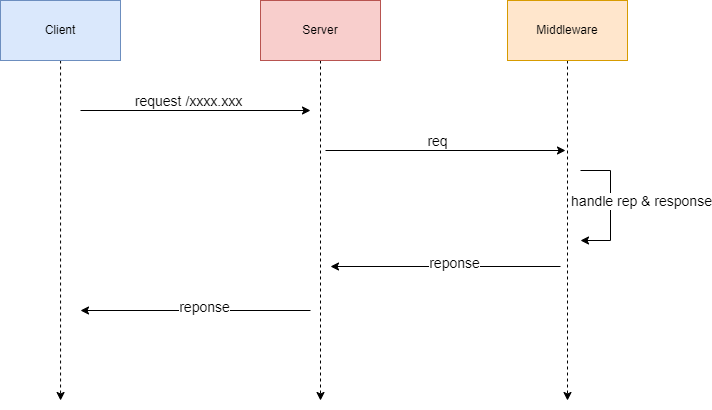
The draw.io diagram assets/vue-dev-serve.drawio.png in hua-bang/frontend-guidebook, before a commit. Source tidied: cells renumbered, new cells last; positions are measured from the earlier drawing's top-left corner, leaving out a move shared by most shapes.
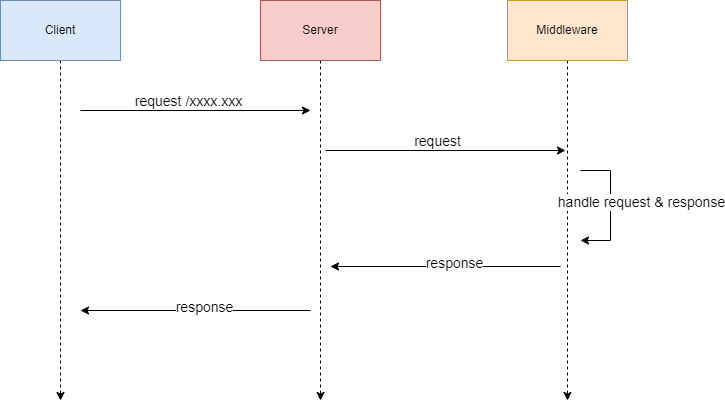
Above is the later version.

What changed in the source:
```diff
@@ -2,91 +2,91 @@
   <root>
     <mxCell id="0" />
     <mxCell id="1" parent="0" />
-    <mxCell id="2" style="edgeStyle=orthogonalEdgeStyle;rounded=0;jettySize=auto;html=1;dashed=1;" parent="1" edge="1" source="3">
-      <mxGeometry relative="1" as="geometry">
-        <mxPoint x="60" y="400" as="targetPoint" />
-        <Array as="points">
-          <mxPoint x="60" y="400" />
-        </Array>
-      </mxGeometry>
-    </mxCell>
+    <mxCell id="18" style="edgeStyle=orthogonalEdgeStyle;rounded=0;jettySize=auto;html=1;dashed=1;" parent="1" edge="1" source="3">
+      <mxGeometry relative="1" as="geometry">
+        <mxPoint x="60" y="400" as="targetPoint" />
+        <Array as="points">
+          <mxPoint x="60" y="400" />
+        </Array>
+      </mxGeometry>
+    </mxCell>
     <mxCell id="3" value="Client" style="rounded=0;whiteSpace=wrap;html=1;fillColor=#dae8fc;strokeColor=#6c8ebf;" parent="1" vertex="1">
       <mxGeometry width="120" height="60" as="geometry" />
     </mxCell>
-    <mxCell id="4" style="edgeStyle=orthogonalEdgeStyle;rounded=0;jettySize=auto;html=1;dashed=1;" parent="1" edge="1" source="5">
-      <mxGeometry relative="1" as="geometry">
-        <mxPoint x="320" y="400" as="targetPoint" />
-      </mxGeometry>
-    </mxCell>
+    <mxCell id="19" style="edgeStyle=orthogonalEdgeStyle;rounded=0;jettySize=auto;html=1;dashed=1;" parent="1" edge="1" source="5">
+      <mxGeometry relative="1" as="geometry">
+        <mxPoint x="320" y="400" as="targetPoint" />
+      </mxGeometry>
+    </mxCell>
     <mxCell id="5" value="Server" style="rounded=0;whiteSpace=wrap;html=1;fillColor=#f8cecc;strokeColor=#b85450;" parent="1" vertex="1">
       <mxGeometry x="260" width="120" height="60" as="geometry" />
     </mxCell>
-    <mxCell id="6" style="endArrow=classic;html=1;rounded=0;" parent="1" edge="1">
-      <mxGeometry relative="1" as="geometry">
-        <mxPoint x="80" y="110" as="sourcePoint" />
-        <mxPoint x="310" y="110" as="targetPoint" />
-      </mxGeometry>
-    </mxCell>
+    <mxCell id="20" style="endArrow=classic;html=1;rounded=0;" parent="1" edge="1">
+      <mxGeometry relative="1" as="geometry">
+        <mxPoint x="80" y="110" as="sourcePoint" />
+        <mxPoint x="310" y="110" as="targetPoint" />
+      </mxGeometry>
+    </mxCell>
-    <mxCell id="7" value="&lt;font style=&quot;font-size: 14px&quot;&gt;request /xxxx.xxx&lt;/font&gt;" style="edgeLabel;html=1;align=center;verticalAlign=middle;" parent="6" vertex="1">
+    <mxCell id="7" value="&lt;font style=&quot;font-size: 14px&quot;&gt;request /xxxx.xxx&lt;/font&gt;" style="edgeLabel;html=1;align=center;verticalAlign=middle;" parent="20" vertex="1">
       <mxGeometry x="-0.07" y="3" relative="1" as="geometry">
         <mxPoint y="-7" as="offset" />
       </mxGeometry>
     </mxCell>
-    <mxCell id="8" style="edgeStyle=orthogonalEdgeStyle;rounded=0;jettySize=auto;html=1;dashed=1;" parent="1" edge="1" source="9">
-      <mxGeometry relative="1" as="geometry">
-        <mxPoint x="567" y="400" as="targetPoint" />
-      </mxGeometry>
-    </mxCell>
+    <mxCell id="21" style="edgeStyle=orthogonalEdgeStyle;rounded=0;jettySize=auto;html=1;dashed=1;" parent="1" edge="1" source="9">
+      <mxGeometry relative="1" as="geometry">
+        <mxPoint x="567" y="400" as="targetPoint" />
+      </mxGeometry>
+    </mxCell>
     <mxCell id="9" value="Middleware" style="rounded=0;whiteSpace=wrap;html=1;fillColor=#ffe6cc;strokeColor=#d79b00;" parent="1" vertex="1">
       <mxGeometry x="507" width="120" height="60" as="geometry" />
     </mxCell>
-    <mxCell id="10" style="endArrow=classic;html=1;rounded=0;" parent="1" edge="1">
-      <mxGeometry relative="1" as="geometry">
-        <mxPoint x="325" y="150" as="sourcePoint" />
-        <mxPoint x="565" y="150" as="targetPoint" />
-      </mxGeometry>
-    </mxCell>
-    <mxCell id="11" value="&lt;font style=&quot;font-size: 14px&quot;&gt;req&lt;/font&gt;" style="edgeLabel;html=1;align=center;verticalAlign=middle;" parent="10" vertex="1">
-      <mxGeometry x="-0.07" y="3" relative="1" as="geometry">
-        <mxPoint y="-7" as="offset" />
-      </mxGeometry>
-    </mxCell>
-    <mxCell id="12" style="endArrow=classic;html=1;rounded=0;" parent="1" edge="1">
-      <mxGeometry relative="1" as="geometry">
-        <mxPoint x="560" y="266" as="sourcePoint" />
-        <mxPoint x="330" y="266" as="targetPoint" />
-      </mxGeometry>
-    </mxCell>
-    <mxCell id="13" value="&lt;font style=&quot;font-size: 14px&quot;&gt;reponse&lt;/font&gt;" style="edgeLabel;html=1;align=center;verticalAlign=middle;" parent="12" vertex="1">
-      <mxGeometry x="-0.07" y="3" relative="1" as="geometry">
-        <mxPoint y="-7" as="offset" />
-      </mxGeometry>
-    </mxCell>
-    <mxCell id="14" style="endArrow=classic;html=1;rounded=0;fontSize=14;endFill=1;" parent="1" edge="1">
-      <mxGeometry relative="1" as="geometry">
-        <mxPoint x="580" y="170" as="sourcePoint" />
-        <mxPoint x="580" y="240" as="targetPoint" />
-        <Array as="points">
-          <mxPoint x="610" y="170" />
-          <mxPoint x="610" y="240" />
-        </Array>
-      </mxGeometry>
-    </mxCell>
-    <mxCell id="15" value="handle rep &amp;amp; response" style="edgeLabel;html=1;align=center;verticalAlign=middle;fontSize=14;" parent="14" vertex="1">
-      <mxGeometry x="-0.18" y="2" relative="1" as="geometry">
-        <mxPoint x="28" y="7" as="offset" />
-      </mxGeometry>
-    </mxCell>
-    <mxCell id="16" style="endArrow=classic;html=1;rounded=0;" parent="1" edge="1">
-      <mxGeometry relative="1" as="geometry">
-        <mxPoint x="310" y="310" as="sourcePoint" />
-        <mxPoint x="80" y="310" as="targetPoint" />
-      </mxGeometry>
-    </mxCell>
-    <mxCell id="17" value="&lt;font style=&quot;font-size: 14px&quot;&gt;reponse&lt;/font&gt;" style="edgeLabel;html=1;align=center;verticalAlign=middle;" parent="16" vertex="1">
-      <mxGeometry x="-0.07" y="3" relative="1" as="geometry">
-        <mxPoint y="-7" as="offset" />
-      </mxGeometry>
-    </mxCell>
+    <mxCell id="22" style="endArrow=classic;html=1;rounded=0;" parent="1" edge="1">
+      <mxGeometry relative="1" as="geometry">
+        <mxPoint x="325" y="150" as="sourcePoint" />
+        <mxPoint x="565" y="150" as="targetPoint" />
+      </mxGeometry>
+    </mxCell>
+    <mxCell id="23" value="&lt;font style=&quot;font-size: 14px&quot;&gt;request&lt;/font&gt;" style="edgeLabel;html=1;align=center;verticalAlign=middle;" parent="22" vertex="1">
+      <mxGeometry x="-0.07" y="3" relative="1" as="geometry">
+        <mxPoint y="-7" as="offset" />
+      </mxGeometry>
+    </mxCell>
+    <mxCell id="24" style="endArrow=classic;html=1;rounded=0;" parent="1" edge="1">
+      <mxGeometry relative="1" as="geometry">
+        <mxPoint x="560" y="266" as="sourcePoint" />
+        <mxPoint x="330" y="266" as="targetPoint" />
+      </mxGeometry>
+    </mxCell>
+    <mxCell id="25" value="&lt;font style=&quot;font-size: 14px&quot;&gt;response&lt;/font&gt;" style="edgeLabel;html=1;align=center;verticalAlign=middle;" parent="24" vertex="1">
+      <mxGeometry x="-0.07" y="3" relative="1" as="geometry">
+        <mxPoint y="-7" as="offset" />
+      </mxGeometry>
+    </mxCell>
+    <mxCell id="26" style="endArrow=classic;html=1;rounded=0;fontSize=14;endFill=1;" parent="1" edge="1">
+      <mxGeometry relative="1" as="geometry">
+        <mxPoint x="580" y="170" as="sourcePoint" />
+        <mxPoint x="580" y="240" as="targetPoint" />
+        <Array as="points">
+          <mxPoint x="610" y="170" />
+          <mxPoint x="610" y="240" />
+        </Array>
+      </mxGeometry>
+    </mxCell>
+    <mxCell id="27" value="handle request &amp;amp; response" style="edgeLabel;html=1;align=center;verticalAlign=middle;fontSize=14;" parent="26" vertex="1">
+      <mxGeometry x="-0.18" y="2" relative="1" as="geometry">
+        <mxPoint x="28" y="7" as="offset" />
+      </mxGeometry>
+    </mxCell>
+    <mxCell id="28" style="endArrow=classic;html=1;rounded=0;" parent="1" edge="1">
+      <mxGeometry relative="1" as="geometry">
+        <mxPoint x="310" y="310" as="sourcePoint" />
+        <mxPoint x="80" y="310" as="targetPoint" />
+      </mxGeometry>
+    </mxCell>
+    <mxCell id="29" value="&lt;font style=&quot;font-size: 14px&quot;&gt;response&lt;/font&gt;" style="edgeLabel;html=1;align=center;verticalAlign=middle;" parent="28" vertex="1">
+      <mxGeometry x="-0.07" y="3" relative="1" as="geometry">
+        <mxPoint y="-7" as="offset" />
+      </mxGeometry>
+    </mxCell>
   </root>
 </mxGraphModel>
```
